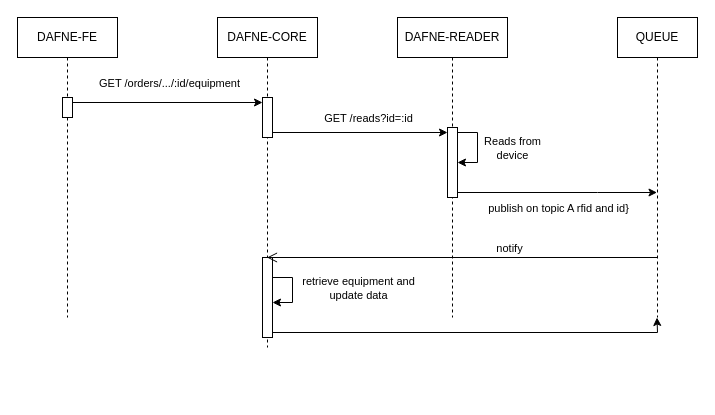
This is rfid_readers.drawio from Daviderendina/DAFNE, a draw.io file, before an edit. Source tidied: cells renumbered, new cells numbered last; positions are measured from the earlier drawing's top-left corner, leaving out a move shared by most shapes. Both pictures are drawn from the tidied source at 100%, with x=0, y=0 at pixel (17, 17).
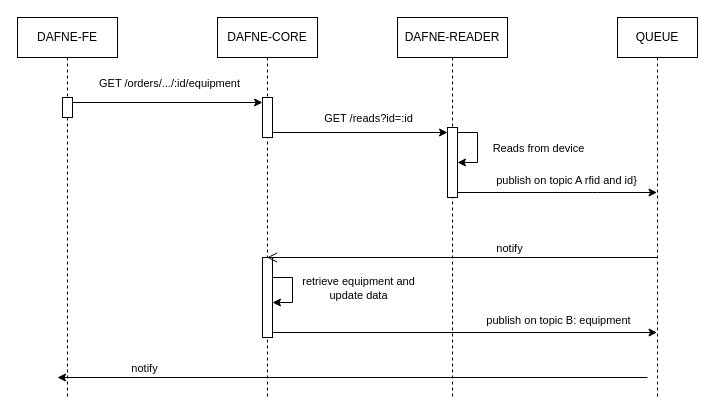
The same page after the edit.

Unchanged cells that the change refers to:
```xml
<mxCell id="11" style="edgeStyle=orthogonalEdgeStyle;rounded=0;orthogonalLoop=1;jettySize=auto;html=1;curved=0;elbow=horizontal;exitX=1;exitY=0;exitDx=0;exitDy=5;exitPerimeter=0;" parent="9" edge="1" source="10" target="10">
  <mxGeometry relative="1" as="geometry" />
</mxCell>
<mxCell id="18" style="edgeStyle=orthogonalEdgeStyle;rounded=0;jettySize=auto;html=1;curved=0;exitX=1;exitY=1;exitDx=0;exitDy=-5;exitPerimeter=0;" parent="1" edge="1" source="10" target="13">
  <mxGeometry relative="1" as="geometry">
    <Array as="points">
      <mxPoint x="580" y="175" />
      <mxPoint x="580" y="175" />
    </Array>
  </mxGeometry>
</mxCell>
<mxCell id="22" style="edgeStyle=orthogonalEdgeStyle;rounded=0;jettySize=auto;html=1;curved=0;exitX=1;exitY=1;exitDx=0;exitDy=-5;exitPerimeter=0;" parent="1" edge="1" source="6" target="13">
  <mxGeometry relative="1" as="geometry">
    <Array as="points">
      <mxPoint x="640" y="315" />
    </Array>
  </mxGeometry>
</mxCell>
```

Diff of the diagram source:
```diff
@@
     <mxCell id="2" value="DAFNE-FE" style="shape=umlLifeline;perimeter=lifelinePerimeter;whiteSpace=wrap;html=1;newEdgeStyle={&quot;curved&quot;:0,&quot;rounded&quot;:0};" parent="1" vertex="1">
-      <mxGeometry width="100" height="300" as="geometry" />
+      <mxGeometry width="100" height="380" as="geometry" />
     </mxCell>
@@
     <mxCell id="4" value="DAFNE-CORE" style="shape=umlLifeline;perimeter=lifelinePerimeter;whiteSpace=wrap;html=1;newEdgeStyle={&quot;curved&quot;:0,&quot;rounded&quot;:0};" parent="1" vertex="1">
-      <mxGeometry x="200" width="100" height="330" as="geometry" />
+      <mxGeometry x="200" width="100" height="380" as="geometry" />
     </mxCell>
@@
     <mxCell id="9" value="DAFNE-READER" style="shape=umlLifeline;perimeter=lifelinePerimeter;whiteSpace=wrap;html=1;newEdgeStyle={&quot;curved&quot;:0,&quot;rounded&quot;:0};" parent="1" vertex="1">
-      <mxGeometry x="380" width="110" height="300" as="geometry" />
+      <mxGeometry x="380" width="110" height="380" as="geometry" />
     </mxCell>
@@
-    <mxCell id="12" value="Reads from &lt;br&gt;device" style="edgeLabel;html=1;align=center;verticalAlign=middle;" parent="11" vertex="1">
+    <mxCell id="12" value="Reads from device" style="edgeLabel;html=1;align=center;verticalAlign=middle;" parent="11" vertex="1">
       <mxGeometry x="0.53" y="-1" relative="1" as="geometry">
-        <mxPoint x="38" y="-14" as="offset" />
+        <mxPoint x="64" y="-14" as="offset" />
       </mxGeometry>
     </mxCell>
+    <mxCell id="23" style="edgeStyle=orthogonalEdgeStyle;rounded=0;orthogonalLoop=1;jettySize=auto;html=1;curved=0;" parent="1" edge="1">
+      <mxGeometry relative="1" as="geometry">
+        <mxPoint x="630" y="360" as="sourcePoint" />
+        <mxPoint x="40" y="360" as="targetPoint" />
+      </mxGeometry>
+    </mxCell>
+    <mxCell id="24" value="notify" style="edgeLabel;html=1;align=center;verticalAlign=middle;" parent="23" vertex="1">
+      <mxGeometry x="0.71" y="1" relative="1" as="geometry">
+        <mxPoint y="-11" as="offset" />
+      </mxGeometry>
+    </mxCell>
     <mxCell id="13" value="QUEUE" style="shape=umlLifeline;perimeter=lifelinePerimeter;whiteSpace=wrap;html=1;outlineConnect=0;portConstraint=eastwest;newEdgeStyle={&quot;curved&quot;:0,&quot;rounded&quot;:0};" parent="1" vertex="1">
-      <mxGeometry x="600" width="80" height="300" as="geometry" />
+      <mxGeometry x="600" width="80" height="380" as="geometry" />
     </mxCell>
@@
     <mxCell id="19" value="publish on topic A rfid and id}" style="edgeLabel;html=1;align=center;verticalAlign=middle;" parent="18" vertex="1">
       <mxGeometry x="-0.31" y="-2" relative="1" as="geometry">
-        <mxPoint x="31" y="13" as="offset" />
+        <mxPoint x="39" y="-15" as="offset" />
       </mxGeometry>
     </mxCell>
@@
+    <mxCell id="25" value="publish on topic B: equipment" style="edgeLabel;html=1;align=center;verticalAlign=middle;" parent="22" vertex="1">
+      <mxGeometry x="0.24" y="-5" relative="1" as="geometry">
+        <mxPoint x="47" y="-18" as="offset" />
+      </mxGeometry>
+    </mxCell>
```
